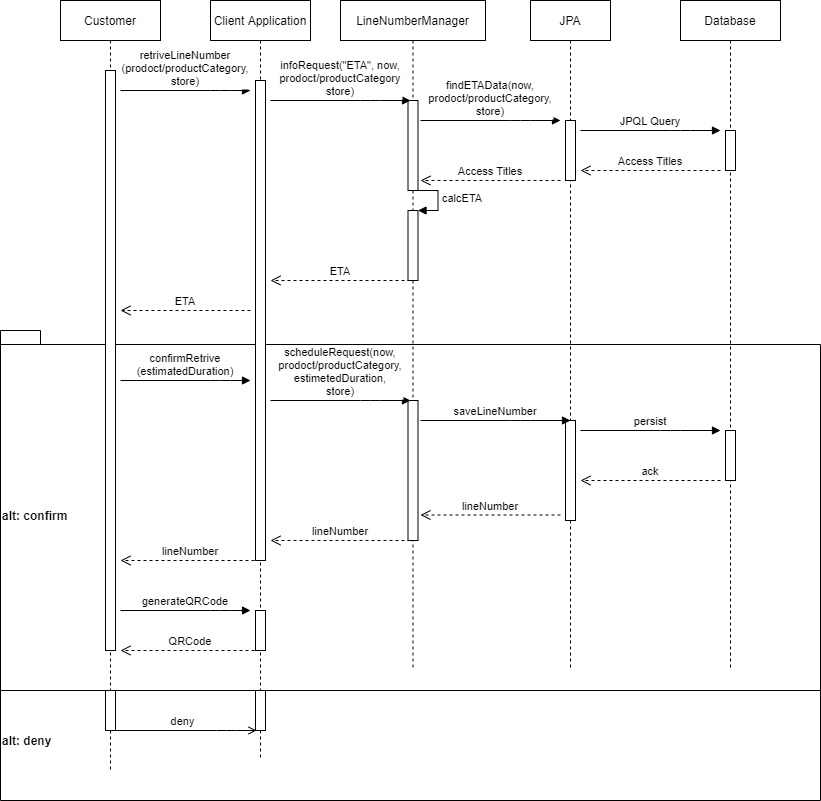
The draw.io diagram DD/Images/CustomerSequenceDiagrams/RetriveLineNumberSequenceDiagram.png in Furcanzo/BurattiIncesuluHrvoj, before a commit. Source tidied: cells renumbered, new cells last; positions are measured from the earlier drawing's top-left corner, leaving out a move shared by most shapes. The source it was exported from:
```xml
<mxGraphModel>
  <root>
    <mxCell id="0" />
    <mxCell id="1" parent="0" />
    <mxCell id="2" value="alt: deny" style="shape=folder;fontStyle=1;spacingTop=10;tabWidth=40;tabHeight=14;tabPosition=left;html=1;align=left;verticalAlign=middle;" parent="1" vertex="1">
      <mxGeometry y="670" width="820" height="130" as="geometry" />
    </mxCell>
    <mxCell id="3" value="alt: confirm" style="shape=folder;fontStyle=1;spacingTop=10;tabWidth=40;tabHeight=14;tabPosition=left;html=1;align=left;verticalAlign=middle;" parent="1" vertex="1">
      <mxGeometry y="330" width="820" height="360" as="geometry" />
    </mxCell>
    <mxCell id="4" value="Customer" style="shape=umlLifeline;perimeter=lifelinePerimeter;rounded=0;shadow=0;strokeWidth=1;" parent="1" vertex="1">
      <mxGeometry x="60" width="100" height="770" as="geometry" />
    </mxCell>
    <mxCell id="5" style="perimeter=orthogonalPerimeter;rounded=0;shadow=0;strokeWidth=1;" parent="4" vertex="1">
      <mxGeometry x="45" y="70" width="10" height="580" as="geometry" />
    </mxCell>
    <mxCell id="6" style="perimeter=orthogonalPerimeter;rounded=0;shadow=0;strokeWidth=1;" parent="4" vertex="1">
      <mxGeometry x="45" y="690" width="10" height="40" as="geometry" />
    </mxCell>
    <mxCell id="7" value="Client Application" style="shape=umlLifeline;perimeter=lifelinePerimeter;rounded=0;shadow=0;strokeWidth=1;" parent="1" vertex="1">
      <mxGeometry x="210" width="100" height="760" as="geometry" />
    </mxCell>
    <mxCell id="8" style="perimeter=orthogonalPerimeter;rounded=0;shadow=0;strokeWidth=1;" parent="7" vertex="1">
      <mxGeometry x="45" y="80" width="10" height="480" as="geometry" />
    </mxCell>
    <mxCell id="9" style="perimeter=orthogonalPerimeter;rounded=0;shadow=0;strokeWidth=1;" parent="7" vertex="1">
      <mxGeometry x="45" y="610" width="10" height="40" as="geometry" />
    </mxCell>
    <mxCell id="10" style="perimeter=orthogonalPerimeter;rounded=0;shadow=0;strokeWidth=1;" parent="7" vertex="1">
      <mxGeometry x="45" y="690" width="10" height="40" as="geometry" />
    </mxCell>
    <mxCell id="11" value="retriveLineNumber&#10;(prodoct/productCategory,&#10;store)" style="verticalAlign=bottom;endArrow=block;shadow=0;strokeWidth=1;" parent="1" edge="1">
      <mxGeometry relative="1" as="geometry">
        <mxPoint x="120" y="90" as="sourcePoint" />
        <mxPoint x="250" y="90" as="targetPoint" />
        <Array as="points">
          <mxPoint x="220" y="90" />
        </Array>
      </mxGeometry>
    </mxCell>
    <mxCell id="12" value="LineNumberManager" style="shape=umlLifeline;perimeter=lifelinePerimeter;rounded=0;shadow=0;strokeWidth=1;" parent="1" vertex="1">
      <mxGeometry x="340" width="145" height="670" as="geometry" />
    </mxCell>
    <mxCell id="13" style="perimeter=orthogonalPerimeter;rounded=0;shadow=0;strokeWidth=1;" parent="12" vertex="1">
      <mxGeometry x="67.5" y="100" width="10" height="90" as="geometry" />
    </mxCell>
    <mxCell id="14" style="html=1;points=[];perimeter=orthogonalPerimeter;" parent="12" vertex="1">
      <mxGeometry x="67.5" y="210" width="10" height="70" as="geometry" />
    </mxCell>
    <mxCell id="15" value="calcETA" style="edgeStyle=orthogonalEdgeStyle;html=1;align=left;spacingLeft=2;endArrow=block;rounded=0;entryX=1;entryY=0;" parent="12" edge="1" target="14">
      <mxGeometry relative="1" as="geometry">
        <mxPoint x="72.5" y="190" as="sourcePoint" />
        <Array as="points">
          <mxPoint x="97.5" y="190" />
        </Array>
      </mxGeometry>
    </mxCell>
    <mxCell id="16" style="html=1;perimeter=orthogonalPerimeter;" parent="12" vertex="1">
      <mxGeometry x="67.5" y="400" width="10" height="140" as="geometry" />
    </mxCell>
    <mxCell id="17" value="JPA" style="shape=umlLifeline;perimeter=lifelinePerimeter;rounded=0;shadow=0;strokeWidth=1;" parent="1" vertex="1">
      <mxGeometry x="530" width="80" height="670" as="geometry" />
    </mxCell>
    <mxCell id="18" style="perimeter=orthogonalPerimeter;rounded=0;shadow=0;strokeWidth=1;" parent="17" vertex="1">
      <mxGeometry x="35" y="120" width="10" height="60" as="geometry" />
    </mxCell>
    <mxCell id="19" style="points=[];perimeter=orthogonalPerimeter;rounded=0;shadow=0;strokeWidth=1;" parent="17" vertex="1">
      <mxGeometry x="35" y="420" width="10" height="100" as="geometry" />
    </mxCell>
    <mxCell id="20" value="Database" style="shape=umlLifeline;perimeter=lifelinePerimeter;rounded=0;shadow=0;strokeWidth=1;" parent="1" vertex="1">
      <mxGeometry x="680" width="100" height="670" as="geometry" />
    </mxCell>
    <mxCell id="21" style="perimeter=orthogonalPerimeter;rounded=0;shadow=0;strokeWidth=1;" parent="20" vertex="1">
      <mxGeometry x="45" y="130" width="10" height="40" as="geometry" />
    </mxCell>
    <mxCell id="22" style="perimeter=orthogonalPerimeter;rounded=0;shadow=0;strokeWidth=1;" parent="20" vertex="1">
      <mxGeometry x="45" y="430" width="10" height="50" as="geometry" />
    </mxCell>
    <mxCell id="23" value="infoRequest(&quot;ETA&quot;, now,&#10;prodoct/productCategory&#10;store)" style="verticalAlign=bottom;endArrow=block;shadow=0;strokeWidth=1;" parent="1" edge="1">
      <mxGeometry relative="1" as="geometry">
        <mxPoint x="270" y="100" as="sourcePoint" />
        <mxPoint x="410" y="100" as="targetPoint" />
        <Array as="points">
          <mxPoint x="370" y="100" />
        </Array>
      </mxGeometry>
    </mxCell>
    <mxCell id="24" value="ETA" style="verticalAlign=bottom;endArrow=open;dashed=1;endSize=8;shadow=0;strokeWidth=1;" parent="1" edge="1">
      <mxGeometry relative="1" as="geometry">
        <mxPoint x="410" y="280" as="sourcePoint" />
        <mxPoint x="270" y="280" as="targetPoint" />
      </mxGeometry>
    </mxCell>
    <mxCell id="25" value="ETA" style="verticalAlign=bottom;endArrow=open;dashed=1;endSize=8;shadow=0;strokeWidth=1;" parent="1" edge="1">
      <mxGeometry relative="1" as="geometry">
        <mxPoint x="250" y="310" as="sourcePoint" />
        <mxPoint x="120" y="310" as="targetPoint" />
      </mxGeometry>
    </mxCell>
    <mxCell id="26" value="confirmRetrive&#10;(estimatedDuration)" style="verticalAlign=bottom;endArrow=block;shadow=0;strokeWidth=1;" parent="1" edge="1">
      <mxGeometry relative="1" as="geometry">
        <mxPoint x="120" y="380" as="sourcePoint" />
        <mxPoint x="250" y="380" as="targetPoint" />
        <Array as="points">
          <mxPoint x="220" y="380" />
        </Array>
      </mxGeometry>
    </mxCell>
    <mxCell id="27" value="findETAData(now,&#10;prodoct/productCategory,&#10;store)" style="verticalAlign=bottom;endArrow=block;shadow=0;strokeWidth=1;" parent="1" edge="1">
      <mxGeometry relative="1" as="geometry">
        <mxPoint x="420" y="120" as="sourcePoint" />
        <mxPoint x="560" y="120" as="targetPoint" />
        <Array as="points">
          <mxPoint x="520" y="120" />
        </Array>
      </mxGeometry>
    </mxCell>
    <mxCell id="28" value="JPQL Query" style="verticalAlign=bottom;endArrow=block;shadow=0;strokeWidth=1;" parent="1" edge="1">
      <mxGeometry relative="1" as="geometry">
        <mxPoint x="580" y="130" as="sourcePoint" />
        <mxPoint x="720" y="130" as="targetPoint" />
        <Array as="points">
          <mxPoint x="680" y="130" />
        </Array>
      </mxGeometry>
    </mxCell>
    <mxCell id="29" value="Access Titles" style="verticalAlign=bottom;endArrow=open;dashed=1;endSize=8;shadow=0;strokeWidth=1;" parent="1" edge="1">
      <mxGeometry relative="1" as="geometry">
        <mxPoint x="720" y="170" as="sourcePoint" />
        <mxPoint x="580" y="170" as="targetPoint" />
      </mxGeometry>
    </mxCell>
    <mxCell id="30" value="Access Titles" style="verticalAlign=bottom;endArrow=open;dashed=1;endSize=8;shadow=0;strokeWidth=1;" parent="1" edge="1">
      <mxGeometry relative="1" as="geometry">
        <mxPoint x="560" y="180" as="sourcePoint" />
        <mxPoint x="420" y="180" as="targetPoint" />
      </mxGeometry>
    </mxCell>
    <mxCell id="31" value="scheduleRequest(now,&#10;prodoct/productCategory,&#10;estimetedDuration,&#10;store)" style="verticalAlign=bottom;endArrow=block;shadow=0;strokeWidth=1;" parent="1" edge="1">
      <mxGeometry relative="1" as="geometry">
        <mxPoint x="270" y="400" as="sourcePoint" />
        <mxPoint x="410" y="400" as="targetPoint" />
        <Array as="points">
          <mxPoint x="370" y="400" />
        </Array>
      </mxGeometry>
    </mxCell>
    <mxCell id="32" value="saveLineNumber" style="verticalAlign=bottom;endArrow=block;shadow=0;strokeWidth=1;entryX=0.5;entryY=0;entryDx=0;entryDy=0;entryPerimeter=0;" parent="1" edge="1" target="19">
      <mxGeometry relative="1" as="geometry">
        <mxPoint x="420" y="420" as="sourcePoint" />
        <Array as="points">
          <mxPoint x="520" y="420" />
        </Array>
      </mxGeometry>
    </mxCell>
    <mxCell id="33" value="persist" style="verticalAlign=bottom;endArrow=block;shadow=0;strokeWidth=1;entryX=0.5;entryY=0;entryDx=0;entryDy=0;entryPerimeter=0;" parent="1" edge="1">
      <mxGeometry relative="1" as="geometry">
        <mxPoint x="580" y="430" as="sourcePoint" />
        <mxPoint x="720" y="430" as="targetPoint" />
        <Array as="points">
          <mxPoint x="670" y="430" />
        </Array>
      </mxGeometry>
    </mxCell>
    <mxCell id="34" value="ack" style="verticalAlign=bottom;endArrow=open;dashed=1;endSize=8;shadow=0;strokeWidth=1;" parent="1" edge="1">
      <mxGeometry relative="1" as="geometry">
        <mxPoint x="720" y="480" as="sourcePoint" />
        <mxPoint x="580" y="480" as="targetPoint" />
      </mxGeometry>
    </mxCell>
    <mxCell id="35" value="lineNumber" style="verticalAlign=bottom;endArrow=open;dashed=1;endSize=8;shadow=0;strokeWidth=1;" parent="1" edge="1">
      <mxGeometry relative="1" as="geometry">
        <mxPoint x="560" y="514.5" as="sourcePoint" />
        <mxPoint x="420" y="514.5" as="targetPoint" />
      </mxGeometry>
    </mxCell>
    <mxCell id="36" value="lineNumber" style="verticalAlign=bottom;endArrow=open;dashed=1;endSize=8;shadow=0;strokeWidth=1;" parent="1" edge="1">
      <mxGeometry relative="1" as="geometry">
        <mxPoint x="410" y="540" as="sourcePoint" />
        <mxPoint x="270" y="540" as="targetPoint" />
      </mxGeometry>
    </mxCell>
    <mxCell id="37" value="lineNumber" style="verticalAlign=bottom;endArrow=open;dashed=1;endSize=8;shadow=0;strokeWidth=1;" parent="1" edge="1">
      <mxGeometry relative="1" as="geometry">
        <mxPoint x="260" y="560" as="sourcePoint" />
        <mxPoint x="120" y="560" as="targetPoint" />
      </mxGeometry>
    </mxCell>
    <mxCell id="38" value="generateQRCode" style="verticalAlign=bottom;endArrow=block;shadow=0;strokeWidth=1;" parent="1" edge="1">
      <mxGeometry relative="1" as="geometry">
        <mxPoint x="120" y="610" as="sourcePoint" />
        <mxPoint x="250" y="610" as="targetPoint" />
        <Array as="points">
          <mxPoint x="220" y="610" />
        </Array>
      </mxGeometry>
    </mxCell>
    <mxCell id="39" value="QRCode" style="verticalAlign=bottom;endArrow=open;dashed=1;endSize=8;shadow=0;strokeWidth=1;" parent="1" edge="1">
      <mxGeometry relative="1" as="geometry">
        <mxPoint x="260" y="650" as="sourcePoint" />
        <mxPoint x="120" y="650" as="targetPoint" />
      </mxGeometry>
    </mxCell>
    <mxCell id="40" value="deny" style="verticalAlign=bottom;endArrow=open;shadow=0;strokeWidth=1;endFill=0;" parent="1" edge="1" source="4">
      <mxGeometry relative="1" as="geometry">
        <mxPoint x="256" y="730" as="targetPoint" />
        <Array as="points">
          <mxPoint x="226" y="730" />
        </Array>
      </mxGeometry>
    </mxCell>
  </root>
</mxGraphModel>
```
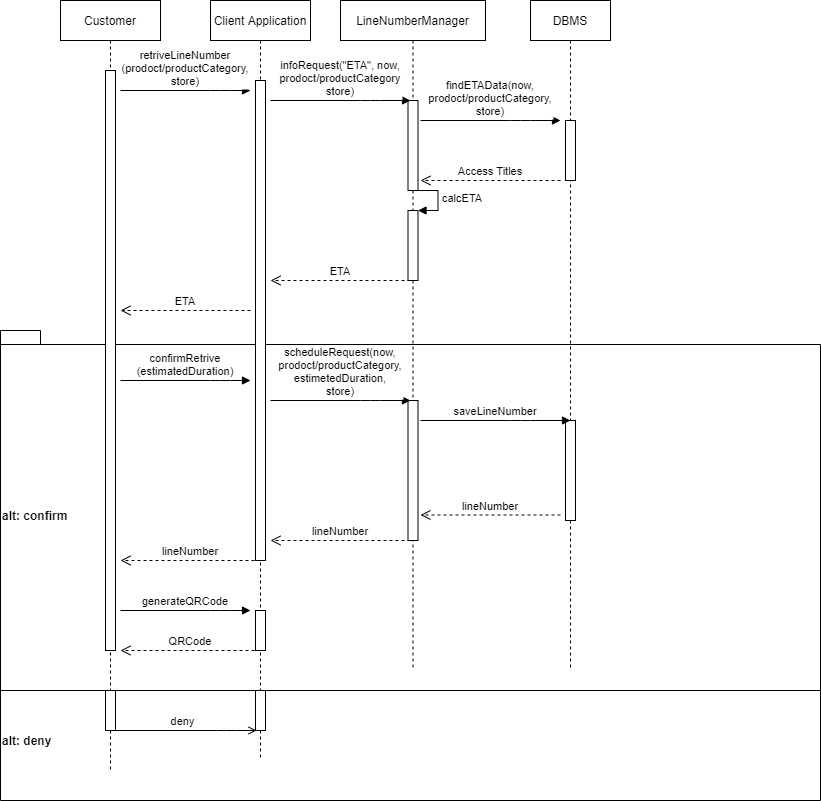
The same file after the commit.

What changed in the source:
```diff
@@ -58,7 +58,7 @@
     <mxCell id="16" style="html=1;perimeter=orthogonalPerimeter;" parent="12" vertex="1">
       <mxGeometry x="67.5" y="400" width="10" height="140" as="geometry" />
     </mxCell>
-    <mxCell id="17" value="JPA" style="shape=umlLifeline;perimeter=lifelinePerimeter;rounded=0;shadow=0;strokeWidth=1;" parent="1" vertex="1">
+    <mxCell id="17" value="DBMS" style="shape=umlLifeline;perimeter=lifelinePerimeter;rounded=0;shadow=0;strokeWidth=1;" parent="1" vertex="1">
       <mxGeometry x="530" width="80" height="670" as="geometry" />
     </mxCell>
     <mxCell id="18" style="perimeter=orthogonalPerimeter;rounded=0;shadow=0;strokeWidth=1;" parent="17" vertex="1">
@@ -67,15 +67,6 @@
     <mxCell id="19" style="points=[];perimeter=orthogonalPerimeter;rounded=0;shadow=0;strokeWidth=1;" parent="17" vertex="1">
       <mxGeometry x="35" y="420" width="10" height="100" as="geometry" />
     </mxCell>
-    <mxCell id="20" value="Database" style="shape=umlLifeline;perimeter=lifelinePerimeter;rounded=0;shadow=0;strokeWidth=1;" parent="1" vertex="1">
-      <mxGeometry x="680" width="100" height="670" as="geometry" />
-    </mxCell>
-    <mxCell id="21" style="perimeter=orthogonalPerimeter;rounded=0;shadow=0;strokeWidth=1;" parent="20" vertex="1">
-      <mxGeometry x="45" y="130" width="10" height="40" as="geometry" />
-    </mxCell>
-    <mxCell id="22" style="perimeter=orthogonalPerimeter;rounded=0;shadow=0;strokeWidth=1;" parent="20" vertex="1">
-      <mxGeometry x="45" y="430" width="10" height="50" as="geometry" />
-    </mxCell>
     <mxCell id="23" value="infoRequest(&quot;ETA&quot;, now,&#10;prodoct/productCategory&#10;store)" style="verticalAlign=bottom;endArrow=block;shadow=0;strokeWidth=1;" parent="1" edge="1">
       <mxGeometry relative="1" as="geometry">
         <mxPoint x="270" y="100" as="sourcePoint" />
@@ -115,21 +106,6 @@
         </Array>
       </mxGeometry>
     </mxCell>
-    <mxCell id="28" value="JPQL Query" style="verticalAlign=bottom;endArrow=block;shadow=0;strokeWidth=1;" parent="1" edge="1">
-      <mxGeometry relative="1" as="geometry">
-        <mxPoint x="580" y="130" as="sourcePoint" />
-        <mxPoint x="720" y="130" as="targetPoint" />
-        <Array as="points">
-          <mxPoint x="680" y="130" />
-        </Array>
-      </mxGeometry>
-    </mxCell>
-    <mxCell id="29" value="Access Titles" style="verticalAlign=bottom;endArrow=open;dashed=1;endSize=8;shadow=0;strokeWidth=1;" parent="1" edge="1">
-      <mxGeometry relative="1" as="geometry">
-        <mxPoint x="720" y="170" as="sourcePoint" />
-        <mxPoint x="580" y="170" as="targetPoint" />
-      </mxGeometry>
-    </mxCell>
     <mxCell id="30" value="Access Titles" style="verticalAlign=bottom;endArrow=open;dashed=1;endSize=8;shadow=0;strokeWidth=1;" parent="1" edge="1">
       <mxGeometry relative="1" as="geometry">
         <mxPoint x="560" y="180" as="sourcePoint" />
@@ -153,21 +129,6 @@
         </Array>
       </mxGeometry>
     </mxCell>
-    <mxCell id="33" value="persist" style="verticalAlign=bottom;endArrow=block;shadow=0;strokeWidth=1;entryX=0.5;entryY=0;entryDx=0;entryDy=0;entryPerimeter=0;" parent="1" edge="1">
-      <mxGeometry relative="1" as="geometry">
-        <mxPoint x="580" y="430" as="sourcePoint" />
-        <mxPoint x="720" y="430" as="targetPoint" />
-        <Array as="points">
-          <mxPoint x="670" y="430" />
-        </Array>
-      </mxGeometry>
-    </mxCell>
-    <mxCell id="34" value="ack" style="verticalAlign=bottom;endArrow=open;dashed=1;endSize=8;shadow=0;strokeWidth=1;" parent="1" edge="1">
-      <mxGeometry relative="1" as="geometry">
-        <mxPoint x="720" y="480" as="sourcePoint" />
-        <mxPoint x="580" y="480" as="targetPoint" />
-      </mxGeometry>
-    </mxCell>
     <mxCell id="35" value="lineNumber" style="verticalAlign=bottom;endArrow=open;dashed=1;endSize=8;shadow=0;strokeWidth=1;" parent="1" edge="1">
       <mxGeometry relative="1" as="geometry">
         <mxPoint x="560" y="514.5" as="sourcePoint" />
```
